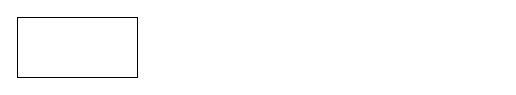
The draw.io diagram 小红书.drawio in xueyouluo/drawio-repo, before the edit. Source tidied: cells renumbered, new cells numbered last; positions are measured from the earlier drawing's top-left corner, leaving out a move shared by most shapes. Both pictures are drawn from the tidied source at 100%, with x=0, y=0 at pixel (17, 17).
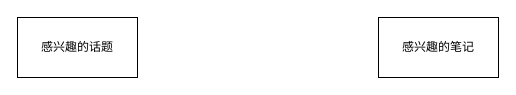
The same diagram, later.

Commit message (it also covers changes not shown here):
更新小红书.drawio

The edit, as a diff of the source:
```diff
@@
 <mxGraphModel>
   <root>
     <mxCell id="0" />
     <mxCell id="1" parent="0" />
-    <mxCell id="2" style="rounded=0;whiteSpace=wrap;html=1;" parent="1" vertex="1">
+    <mxCell id="2" value="感兴趣的话题" style="rounded=0;whiteSpace=wrap;html=1;" parent="1" vertex="1">
       <mxGeometry width="120" height="60" as="geometry" />
     </mxCell>
+    <mxCell id="3" value="感兴趣的笔记" style="rounded=0;whiteSpace=wrap;html=1;" parent="1" vertex="1">
+      <mxGeometry x="361" width="120" height="60" as="geometry" />
+    </mxCell>
   </root>
 </mxGraphModel>
```
